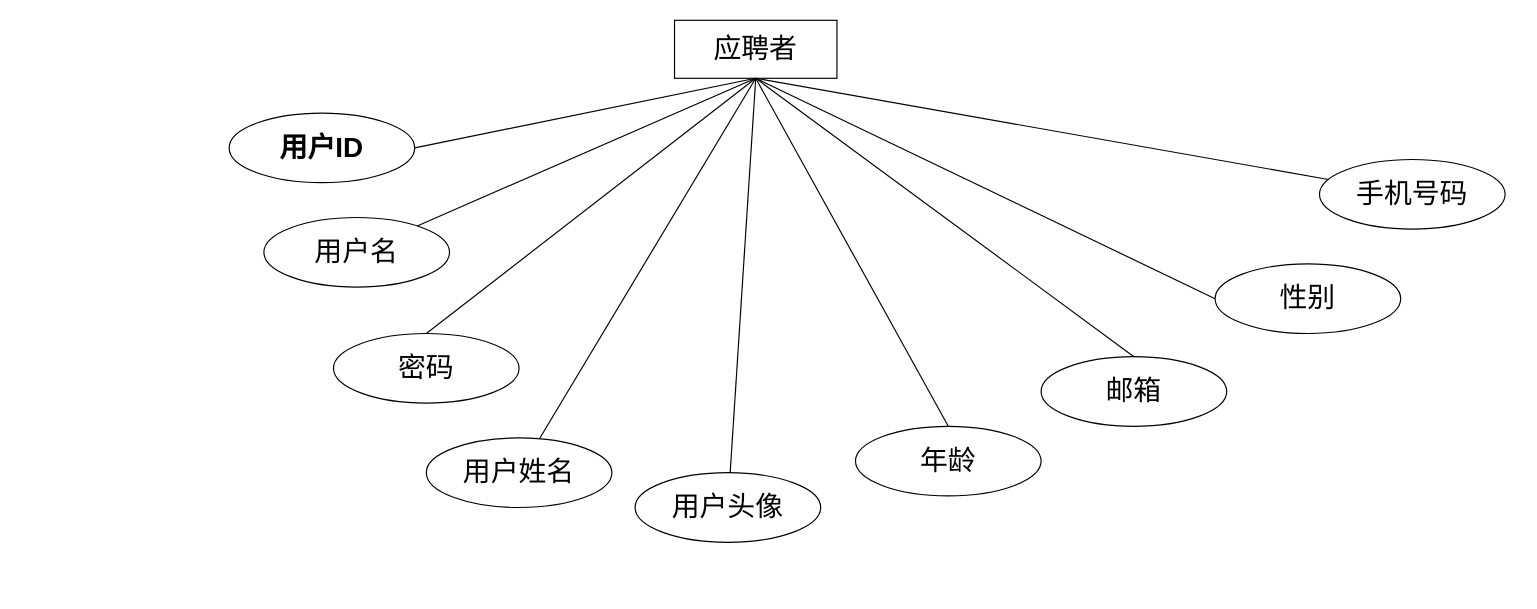
The draw.io diagram page "第 7 页" (7 of 15) of 未命名绘图.drawio in sangqiwei/sangqiwei, before the edit. Source tidied: cells renumbered, new cells numbered last; positions are measured from the earlier drawing's top-left corner, leaving out a move shared by most shapes. Both pictures are drawn from the tidied source at 116%, with x=0, y=0 at pixel (229, 20).
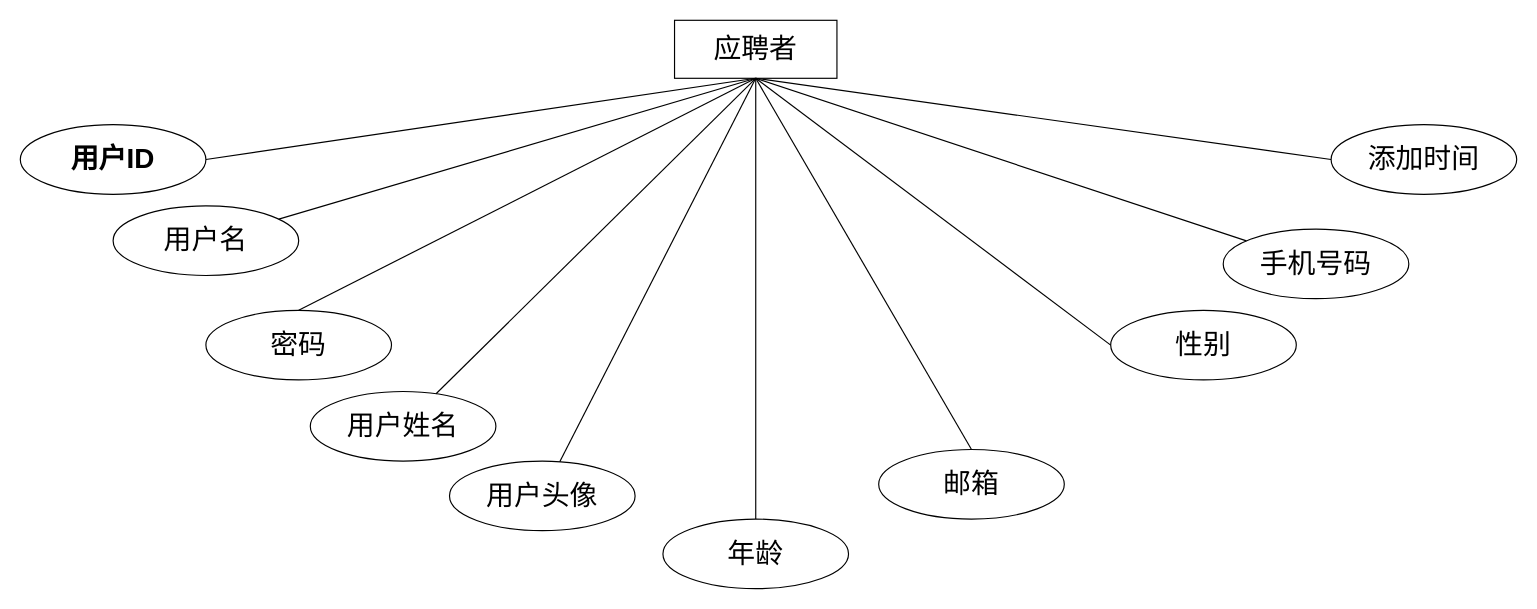
Above is the later version.

Commit message:
更新未命名绘图.drawio

Unchanged cells that the change refers to:
```xml
<mxCell id="2" value="&lt;font style=&quot;font-size: 24px;&quot;&gt;应聘者&lt;/font&gt;" style="whiteSpace=wrap;html=1;align=center;" parent="1" vertex="1">
  <mxGeometry x="384" width="140" height="50" as="geometry" />
</mxCell>
```

Change to the diagram source:
```diff
@@
     <mxCell id="3" value="&lt;font style=&quot;font-size: 24px;&quot;&gt;用户ID&lt;/font&gt;" style="ellipse;whiteSpace=wrap;html=1;align=center;fontStyle=1;" parent="1" vertex="1">
-      <mxGeometry y="80" width="160" height="60" as="geometry" />
+      <mxGeometry x="-180" y="90" width="160" height="60" as="geometry" />
     </mxCell>
     <mxCell id="4" value="&lt;font style=&quot;font-size: 24px;&quot;&gt;用户名&lt;/font&gt;" style="ellipse;whiteSpace=wrap;html=1;align=center;" parent="1" vertex="1">
-      <mxGeometry x="30" y="170" width="160" height="60" as="geometry" />
+      <mxGeometry x="-100" y="160" width="160" height="60" as="geometry" />
     </mxCell>
     <mxCell id="5" value="&lt;font style=&quot;font-size: 24px;&quot;&gt;密码&lt;/font&gt;" style="ellipse;whiteSpace=wrap;html=1;align=center;" parent="1" vertex="1">
-      <mxGeometry x="90" y="270" width="160" height="60" as="geometry" />
+      <mxGeometry x="-20" y="250" width="160" height="60" as="geometry" />
     </mxCell>
     <mxCell id="6" value="&lt;span style=&quot;font-size: 24px;&quot;&gt;用户姓名&lt;/span&gt;" style="ellipse;whiteSpace=wrap;html=1;align=center;" parent="1" vertex="1">
-      <mxGeometry x="170" y="360" width="160" height="60" as="geometry" />
+      <mxGeometry x="70" y="320" width="160" height="60" as="geometry" />
     </mxCell>
     <mxCell id="7" value="&lt;font style=&quot;font-size: 24px;&quot;&gt;用户头像&lt;/font&gt;" style="ellipse;whiteSpace=wrap;html=1;align=center;" parent="1" vertex="1">
-      <mxGeometry x="350" y="390" width="160" height="60" as="geometry" />
+      <mxGeometry x="190" y="380" width="160" height="60" as="geometry" />
     </mxCell>
     <mxCell id="8" value="&lt;font style=&quot;font-size: 24px;&quot;&gt;年龄&lt;/font&gt;" style="ellipse;whiteSpace=wrap;html=1;align=center;" parent="1" vertex="1">
-      <mxGeometry x="540" y="350" width="160" height="60" as="geometry" />
+      <mxGeometry x="374" y="430" width="160" height="60" as="geometry" />
     </mxCell>
     <mxCell id="9" value="&lt;font style=&quot;font-size: 24px;&quot;&gt;性别&lt;/font&gt;" style="ellipse;whiteSpace=wrap;html=1;align=center;" parent="1" vertex="1">
-      <mxGeometry x="850" y="210" width="160" height="60" as="geometry" />
+      <mxGeometry x="760" y="250" width="160" height="60" as="geometry" />
     </mxCell>
     <mxCell id="10" value="&lt;font style=&quot;font-size: 24px;&quot;&gt;手机号码&lt;/font&gt;" style="ellipse;whiteSpace=wrap;html=1;align=center;" parent="1" vertex="1">
-      <mxGeometry x="940" y="120" width="160" height="60" as="geometry" />
+      <mxGeometry x="857" y="180" width="160" height="60" as="geometry" />
     </mxCell>
     <mxCell id="11" value="&lt;font style=&quot;font-size: 24px;&quot;&gt;邮箱&lt;/font&gt;" style="ellipse;whiteSpace=wrap;html=1;align=center;" parent="1" vertex="1">
-      <mxGeometry x="700" y="290" width="160" height="60" as="geometry" />
+      <mxGeometry x="560" y="370" width="160" height="60" as="geometry" />
     </mxCell>
@@
+    <mxCell id="21" value="&lt;font style=&quot;font-size: 24px;&quot;&gt;添加时间&lt;/font&gt;" style="ellipse;whiteSpace=wrap;html=1;align=center;" parent="1" vertex="1">
+      <mxGeometry x="950" y="90" width="160" height="60" as="geometry" />
+    </mxCell>
+    <mxCell id="22" style="endArrow=none;html=1;rounded=0;exitX=0;exitY=0.5;exitDx=0;exitDy=0;entryX=0.5;entryY=1;entryDx=0;entryDy=0;" parent="1" edge="1" source="21" target="2">
+      <mxGeometry relative="1" as="geometry" />
+    </mxCell>
```
